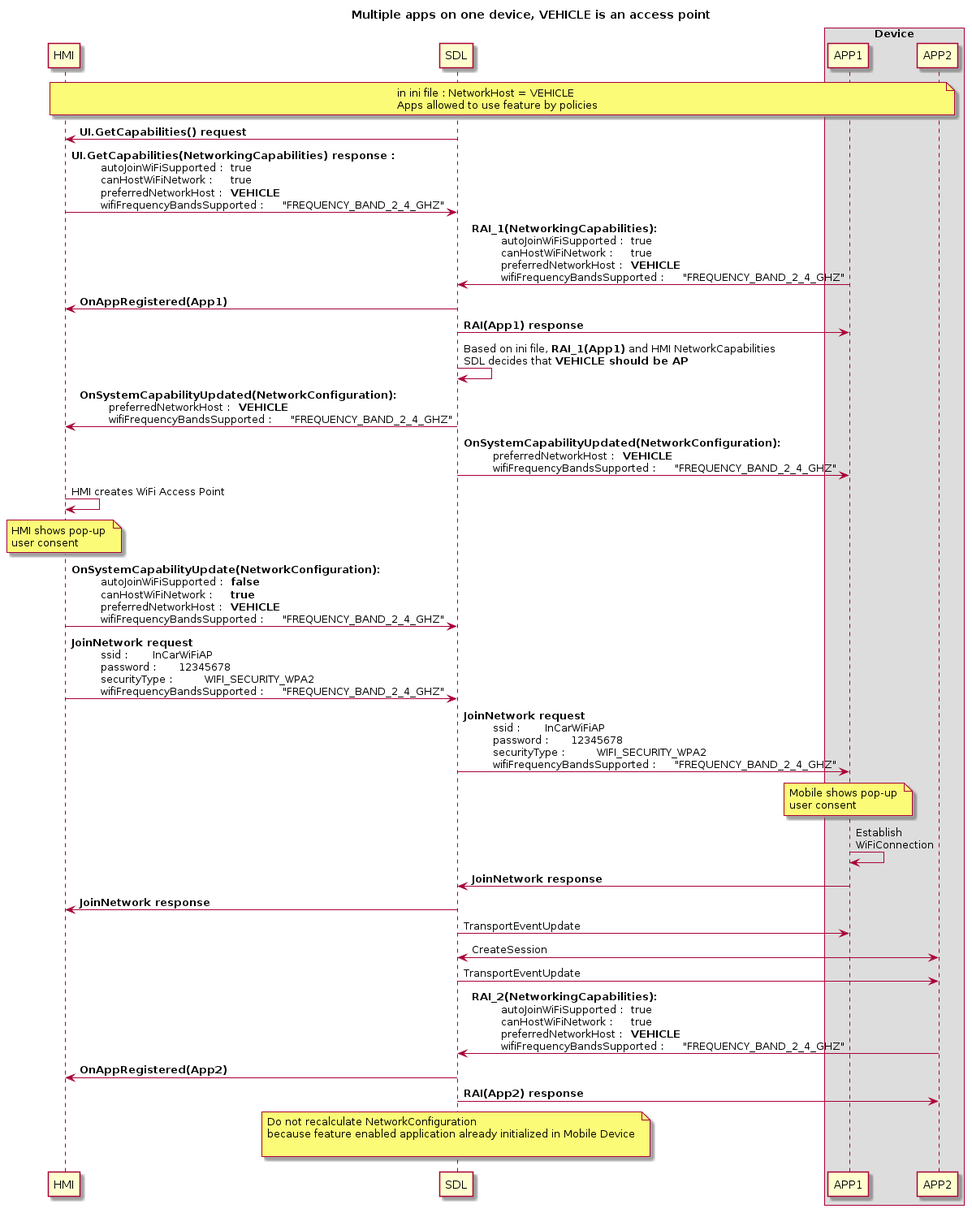
smartdevicelink/sdl_evolution keeps this PlantUML diagram as assets/proposals/0245-sharing-wifi-ssid-and-password/vehicle_access_point_multiapps.png. Above is the earlier version.
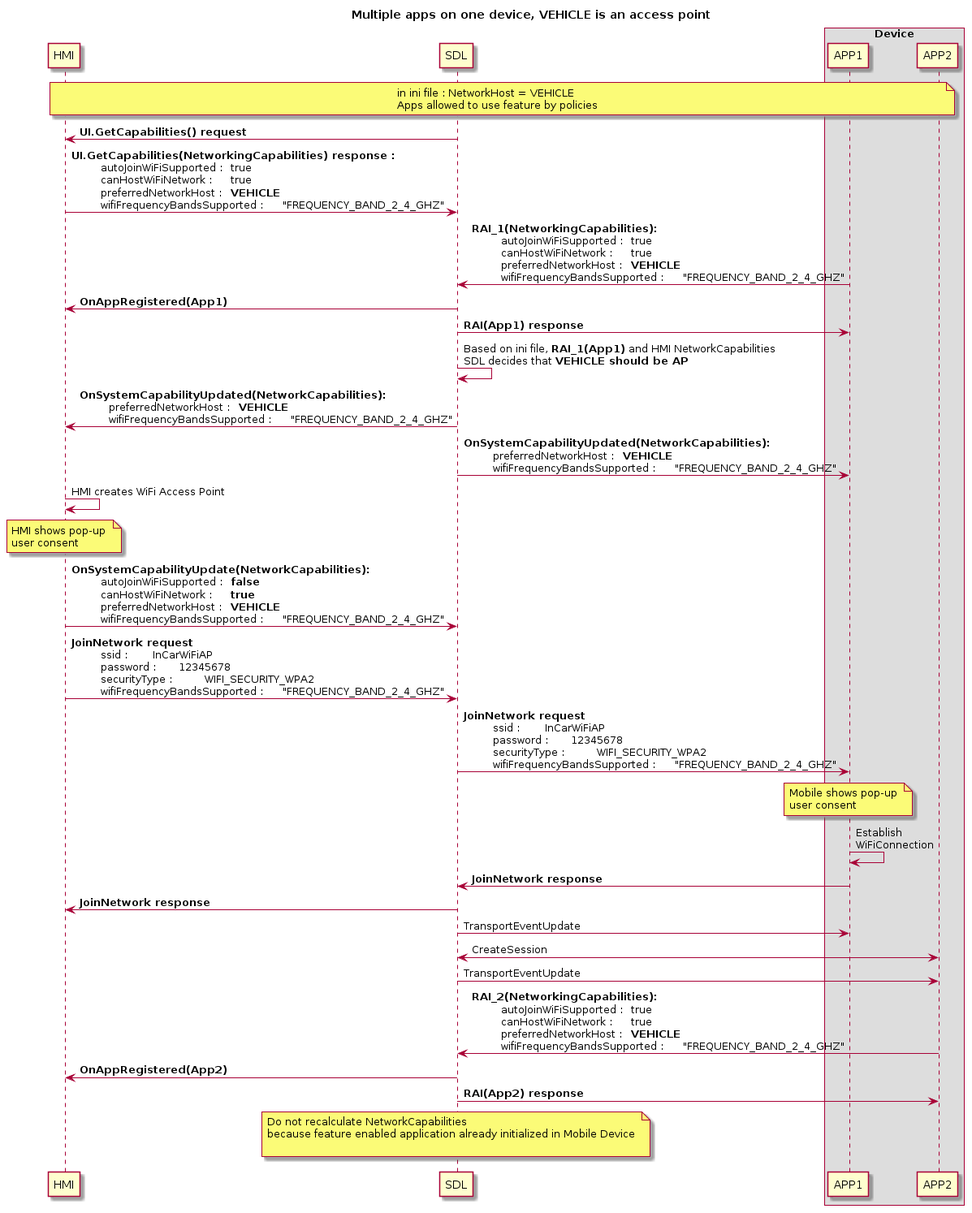
The same diagram one commit later.

The edit, as a diff of the source:
```diff
@@ -1,4 +1,4 @@
-@startuml ../assets/proposals/0245-sharing-wifi-ssid-and-password/vehicle_access_point_multiapps
+@startuml
 !pragma teoz true
 
 
@@ -23,15 +23,15 @@
 
 SDL -> SDL : Based on ini file, **RAI_1(App1)** and HMI NetworkCapabilities\nSDL decides that **VEHICLE should be AP**
 
-SDL -> HMI:  <b>OnSystemCapabilityUpdated(NetworkConfiguration): \n\t preferredNetworkHost : \t **VEHICLE** \n\t wifiFrequencyBandsSupported : \t "FREQUENCY_BAND_2_4_GHZ"
+SDL -> HMI:  <b>OnSystemCapabilityUpdated(NetworkCapabilities): \n\t preferredNetworkHost : \t **VEHICLE** \n\t wifiFrequencyBandsSupported : \t "FREQUENCY_BAND_2_4_GHZ"
 
-SDL -> APP1:  <b>OnSystemCapabilityUpdated(NetworkConfiguration): \n\t preferredNetworkHost : \t **VEHICLE** \n\t wifiFrequencyBandsSupported : \t "FREQUENCY_BAND_2_4_GHZ"
+SDL -> APP1:  <b>OnSystemCapabilityUpdated(NetworkCapabilities): \n\t preferredNetworkHost : \t **VEHICLE** \n\t wifiFrequencyBandsSupported : \t "FREQUENCY_BAND_2_4_GHZ"
 
 HMI -> HMI : HMI creates WiFi Access Point
 
 note over HMI: HMI shows pop-up \nuser consent
 
-HMI -> SDL:  <b>OnSystemCapabilityUpdate(NetworkConfiguration): \n\t autoJoinWiFiSupported : \t **false** \n\t canHostWiFiNetwork : \t **true**  \n\t preferredNetworkHost : \t **VEHICLE** \n\t wifiFrequencyBandsSupported : \t "FREQUENCY_BAND_2_4_GHZ"
+HMI -> SDL:  <b>OnSystemCapabilityUpdate(NetworkCapabilities): \n\t autoJoinWiFiSupported : \t **false** \n\t canHostWiFiNetwork : \t **true**  \n\t preferredNetworkHost : \t **VEHICLE** \n\t wifiFrequencyBandsSupported : \t "FREQUENCY_BAND_2_4_GHZ"
 
 HMI -> SDL: <b>JoinNetwork request \n\t ssid : \t InCarWiFiAP \n\t password : \t 12345678 \n\t securityType : \t WIFI_SECURITY_WPA2 \n\t wifiFrequencyBandsSupported : \t "FREQUENCY_BAND_2_4_GHZ"
 
@@ -53,5 +53,5 @@
 SDL -> HMI : <b>OnAppRegistered(App2)
 SDL -> APP2 : <b>RAI(App2) response
 
-note over SDL : Do not recalculate NetworkConfiguration \nbecause feature enabled application already initialized in Mobile Device \n
+note over SDL : Do not recalculate NetworkCapabilities \nbecause feature enabled application already initialized in Mobile Device \n
 @enduml
```
